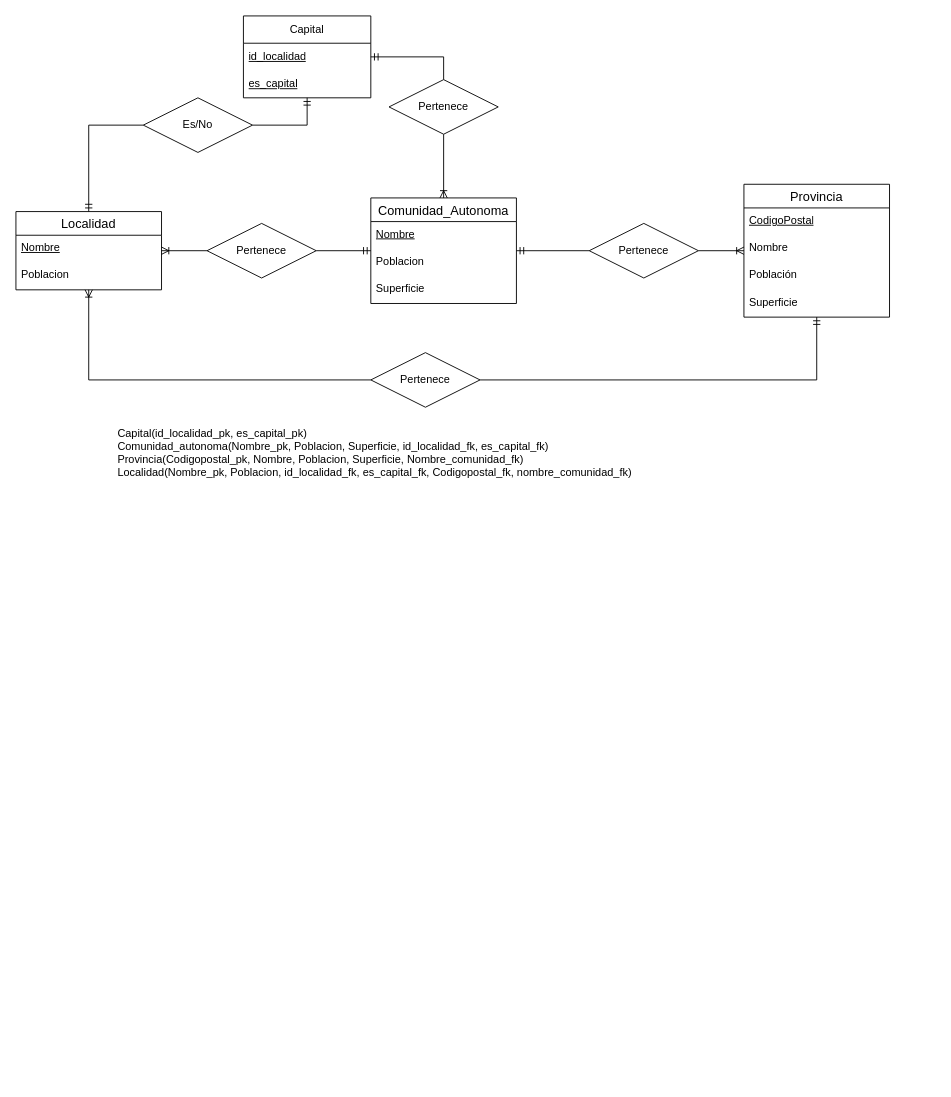
Earlier version of the draw.io diagram Ej3.drawio (AlejandroCara/acr-tsys-modeloER-drawio-1110). Source tidied: cells renumbered, new cells numbered last; positions are measured from the earlier drawing's top-left corner, leaving out a move shared by most shapes. Both pictures are drawn from the tidied source at 91%, with x=0, y=0 at pixel (15, 15).
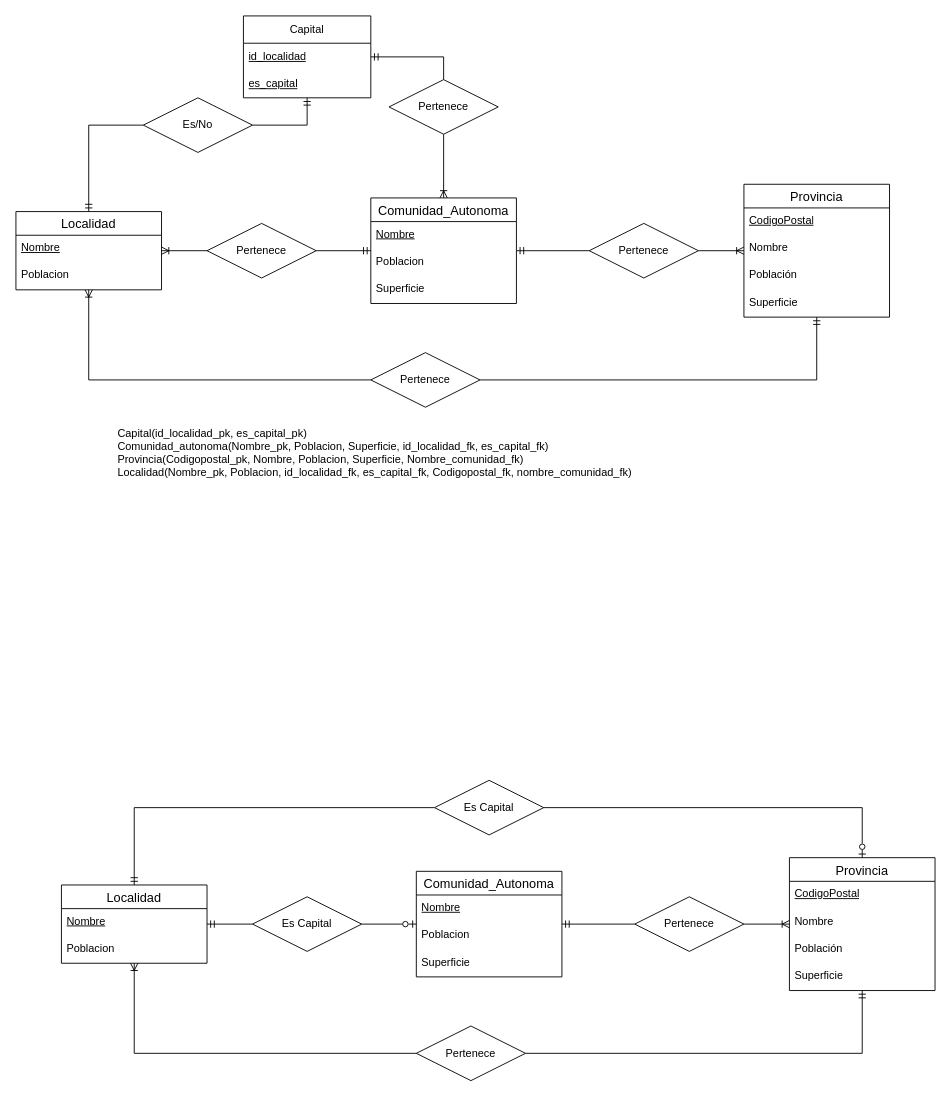
The same diagram, later.

Change to the diagram source:
```diff
@@
+    <mxCell id="36" style="edgeStyle=orthogonalEdgeStyle;rounded=0;jettySize=auto;html=1;entryX=0;entryY=0.5;entryDx=0;entryDy=0;startArrow=ERmandOne;startFill=0;endArrow=none;endFill=0;" parent="1" edge="1" source="37" target="61">
+      <mxGeometry relative="1" as="geometry">
+        <Array as="points">
+          <mxPoint x="130" y="870" />
+        </Array>
+      </mxGeometry>
+    </mxCell>
+    <mxCell id="37" value="Localidad" style="swimlane;fontStyle=0;horizontal=1;startSize=26;align=center;fontSize=14;" parent="1" vertex="1">
+      <mxGeometry x="50" y="955" width="160" height="86" as="geometry" />
+    </mxCell>
+    <mxCell id="38" value="&lt;u&gt;Nombre&lt;/u&gt;" style="text;strokeColor=none;fillColor=none;spacingLeft=4;spacingRight=4;overflow=hidden;fontSize=12;whiteSpace=wrap;html=1;" parent="37" vertex="1">
+      <mxGeometry y="26" width="160" height="30" as="geometry" />
+    </mxCell>
+    <mxCell id="39" value="Poblacion" style="text;strokeColor=none;fillColor=none;spacingLeft=4;spacingRight=4;overflow=hidden;fontSize=12;whiteSpace=wrap;html=1;" parent="37" vertex="1">
+      <mxGeometry y="56" width="160" height="30" as="geometry" />
+    </mxCell>
+    <mxCell id="40" value="Provincia" style="swimlane;fontStyle=0;horizontal=1;startSize=26;align=center;fontSize=14;" parent="1" vertex="1">
+      <mxGeometry x="850" y="925" width="160" height="146" as="geometry" />
+    </mxCell>
+    <mxCell id="41" value="CodigoPostal" style="text;strokeColor=none;fillColor=none;spacingLeft=4;spacingRight=4;overflow=hidden;fontSize=12;whiteSpace=wrap;html=1;fontStyle=4;" parent="40" vertex="1">
+      <mxGeometry y="26" width="160" height="30" as="geometry" />
+    </mxCell>
+    <mxCell id="42" value="Nombre" style="text;strokeColor=none;fillColor=none;spacingLeft=4;spacingRight=4;overflow=hidden;fontSize=12;whiteSpace=wrap;html=1;" parent="40" vertex="1">
+      <mxGeometry y="56" width="160" height="30" as="geometry" />
+    </mxCell>
+    <mxCell id="43" value="Población" style="text;strokeColor=none;fillColor=none;spacingLeft=4;spacingRight=4;overflow=hidden;fontSize=12;whiteSpace=wrap;html=1;" parent="40" vertex="1">
+      <mxGeometry y="86" width="160" height="30" as="geometry" />
+    </mxCell>
+    <mxCell id="44" value="Superficie" style="text;strokeColor=none;fillColor=none;spacingLeft=4;spacingRight=4;overflow=hidden;fontSize=12;whiteSpace=wrap;html=1;" parent="40" vertex="1">
+      <mxGeometry y="116" width="160" height="30" as="geometry" />
+    </mxCell>
+    <mxCell id="45" value="Comunidad_Autonoma" style="swimlane;fontStyle=0;horizontal=1;startSize=26;align=center;fontSize=14;" parent="1" vertex="1">
+      <mxGeometry x="440" y="940" width="160" height="116" as="geometry" />
+    </mxCell>
+    <mxCell id="46" value="&lt;u&gt;Nombre&lt;/u&gt;" style="text;strokeColor=none;fillColor=none;spacingLeft=4;spacingRight=4;overflow=hidden;fontSize=12;whiteSpace=wrap;html=1;" parent="45" vertex="1">
+      <mxGeometry y="26" width="160" height="30" as="geometry" />
+    </mxCell>
+    <mxCell id="47" value="Poblacion" style="text;strokeColor=none;fillColor=none;spacingLeft=4;spacingRight=4;overflow=hidden;fontSize=12;whiteSpace=wrap;html=1;" parent="45" vertex="1">
+      <mxGeometry y="56" width="160" height="30" as="geometry" />
+    </mxCell>
+    <mxCell id="48" value="Superficie" style="text;strokeColor=none;fillColor=none;spacingLeft=4;spacingRight=4;overflow=hidden;fontSize=12;whiteSpace=wrap;html=1;" parent="45" vertex="1">
+      <mxGeometry y="86" width="160" height="30" as="geometry" />
+    </mxCell>
+    <mxCell id="49" value="Pertenece" style="shape=rhombus;perimeter=rhombusPerimeter;whiteSpace=wrap;html=1;align=center;" parent="1" vertex="1">
+      <mxGeometry x="440" y="1110" width="120" height="60" as="geometry" />
+    </mxCell>
+    <mxCell id="50" style="endArrow=ERoneToMany;html=1;rounded=0;endFill=0;" parent="1" edge="1" target="37">
+      <mxGeometry relative="1" as="geometry">
+        <mxPoint x="130" y="1140" as="sourcePoint" />
+      </mxGeometry>
+    </mxCell>
+    <mxCell id="51" style="endArrow=none;html=1;rounded=0;" parent="1" edge="1" target="49">
+      <mxGeometry relative="1" as="geometry">
+        <mxPoint x="130" y="1140" as="sourcePoint" />
+      </mxGeometry>
+    </mxCell>
+    <mxCell id="52" style="endArrow=none;html=1;rounded=0;exitX=1;exitY=0.5;exitDx=0;exitDy=0;" parent="1" edge="1" source="49">
+      <mxGeometry relative="1" as="geometry">
+        <mxPoint x="930" y="1140" as="targetPoint" />
+      </mxGeometry>
+    </mxCell>
+    <mxCell id="53" style="endArrow=none;html=1;rounded=0;startArrow=ERmandOne;startFill=0;" parent="1" edge="1" source="40">
+      <mxGeometry relative="1" as="geometry">
+        <mxPoint x="930" y="1140" as="targetPoint" />
+      </mxGeometry>
+    </mxCell>
+    <mxCell id="54" value="Pertenece" style="shape=rhombus;perimeter=rhombusPerimeter;whiteSpace=wrap;html=1;align=center;" parent="1" vertex="1">
+      <mxGeometry x="680" y="968" width="120" height="60" as="geometry" />
+    </mxCell>
+    <mxCell id="55" style="endArrow=none;html=1;rounded=0;entryX=0;entryY=0.5;entryDx=0;entryDy=0;startArrow=ERmandOne;startFill=0;" parent="1" edge="1" source="45" target="54">
+      <mxGeometry relative="1" as="geometry" />
+    </mxCell>
+    <mxCell id="56" style="endArrow=ERoneToMany;html=1;rounded=0;exitX=1;exitY=0.5;exitDx=0;exitDy=0;endFill=0;" parent="1" edge="1" source="54" target="40">
+      <mxGeometry relative="1" as="geometry" />
+    </mxCell>
+    <mxCell id="57" style="edgeStyle=orthogonalEdgeStyle;rounded=0;jettySize=auto;html=1;exitX=1;exitY=0.5;exitDx=0;exitDy=0;endArrow=ERzeroToOne;endFill=0;" parent="1" edge="1" source="58" target="45">
+      <mxGeometry relative="1" as="geometry" />
+    </mxCell>
+    <mxCell id="58" value="Es Capital" style="shape=rhombus;perimeter=rhombusPerimeter;whiteSpace=wrap;html=1;align=center;" parent="1" vertex="1">
+      <mxGeometry x="260" y="968" width="120" height="60" as="geometry" />
+    </mxCell>
+    <mxCell id="59" style="edgeStyle=orthogonalEdgeStyle;rounded=0;jettySize=auto;html=1;exitX=0;exitY=0.5;exitDx=0;exitDy=0;endArrow=ERmandOne;endFill=0;" parent="1" edge="1" source="58" target="37">
+      <mxGeometry relative="1" as="geometry" />
+    </mxCell>
+    <mxCell id="60" style="edgeStyle=orthogonalEdgeStyle;rounded=0;jettySize=auto;html=1;entryX=0.5;entryY=0;entryDx=0;entryDy=0;endArrow=ERzeroToOne;endFill=0;" parent="1" edge="1" source="61" target="40">
+      <mxGeometry relative="1" as="geometry" />
+    </mxCell>
+    <mxCell id="61" value="Es Capital" style="shape=rhombus;perimeter=rhombusPerimeter;whiteSpace=wrap;html=1;align=center;" parent="1" vertex="1">
+      <mxGeometry x="460" y="840" width="120" height="60" as="geometry" />
+    </mxCell>
```
